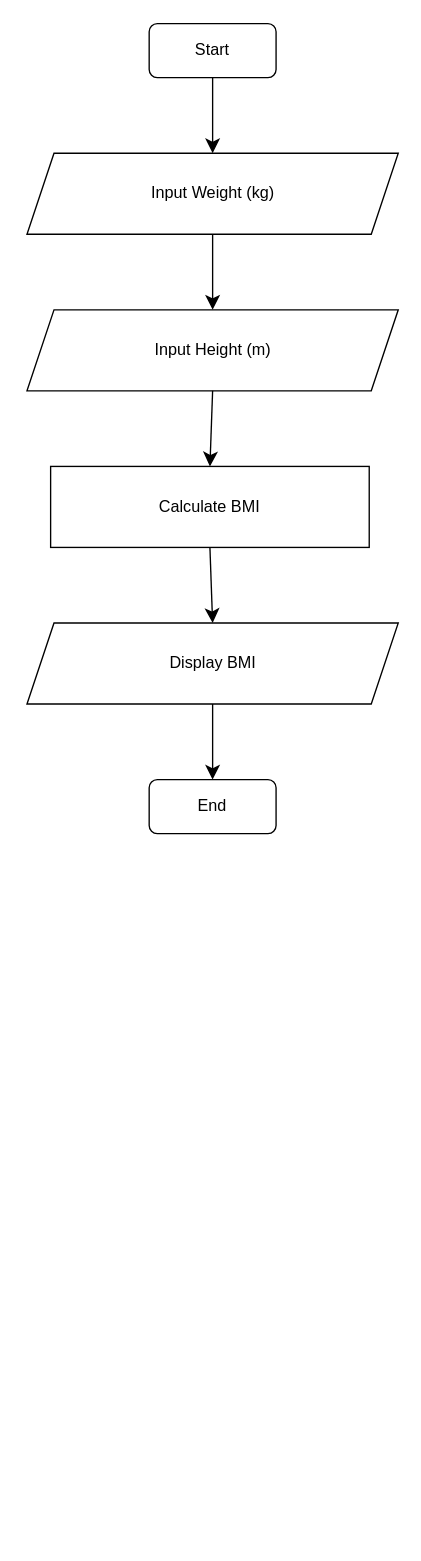
Above: Untitled Diagram.drawio in chamuddinupa/chamuddinupa (draw.io), before the change. Source tidied: cells renumbered, new cells numbered last; positions are measured from the earlier drawing's top-left corner, leaving out a move shared by most shapes. Both pictures are drawn from the tidied source at 135%, with x=0, y=0 at pixel (27, 23).
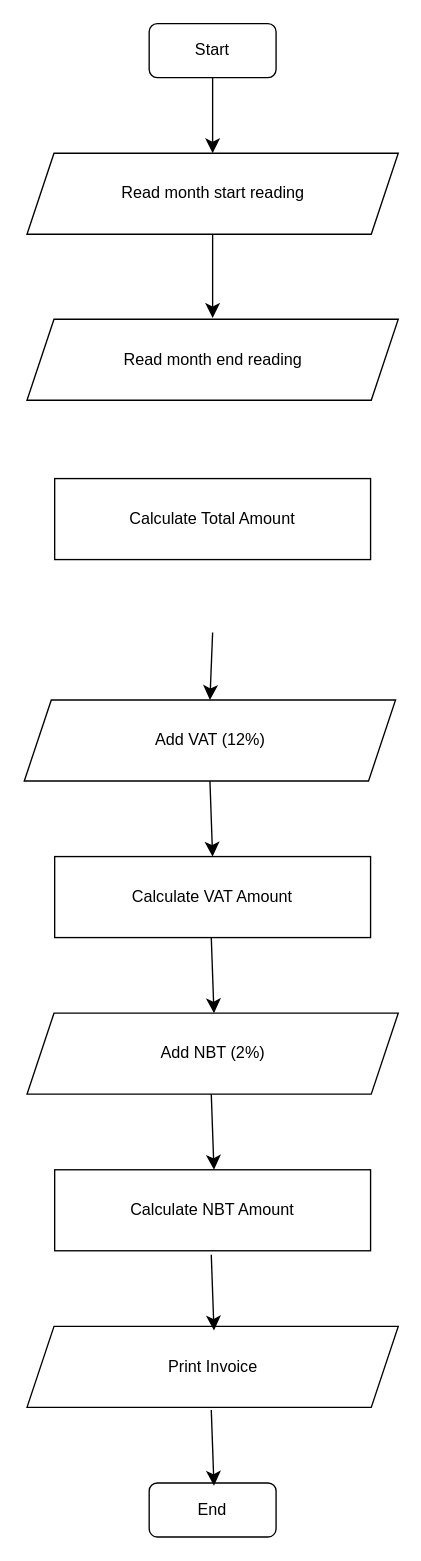
Above is the later version.

What changed in the source:
```diff
@@
-    <mxCell id="3" value="Input Weight (kg)" style="shape=parallelogram;perimeter=parallelogramPerimeter;whiteSpace=wrap;html=1;fixedSize=1;" parent="1" vertex="1">
+    <mxCell id="3" value="Read month start reading" style="shape=parallelogram;perimeter=parallelogramPerimeter;whiteSpace=wrap;html=1;fixedSize=1;" parent="1" vertex="1">
       <mxGeometry x="-0.5" y="96" width="275" height="60" as="geometry" />
     </mxCell>
-    <mxCell id="4" value="Input Height (m)" style="shape=parallelogram;perimeter=parallelogramPerimeter;whiteSpace=wrap;html=1;fixedSize=1;" parent="1" vertex="1">
-      <mxGeometry x="-0.5" y="212" width="275" height="60" as="geometry" />
-    </mxCell>
-    <mxCell id="5" value="Calculate BMI" style="rounded=0;whiteSpace=wrap;html=1;" parent="1" vertex="1">
-      <mxGeometry x="17" y="328" width="236" height="60" as="geometry" />
-    </mxCell>
-    <mxCell id="6" value="Display BMI" style="shape=parallelogram;perimeter=parallelogramPerimeter;whiteSpace=wrap;html=1;fixedSize=1;" parent="1" vertex="1">
-      <mxGeometry x="-0.5" y="444" width="275" height="60" as="geometry" />
-    </mxCell>
     <mxCell id="7" value="End" style="rounded=1;whiteSpace=wrap;html=1;" parent="1" vertex="1">
-      <mxGeometry x="90" y="560" width="94" height="40" as="geometry" />
+      <mxGeometry x="90" y="1081" width="94" height="40" as="geometry" />
     </mxCell>
@@
-    <mxCell id="9" style="endArrow=classic;html=1;rounded=0;fontSize=12;startSize=8;endSize=8;curved=1;exitX=0.5;exitY=1;exitDx=0;exitDy=0;entryX=0.5;entryY=0;entryDx=0;entryDy=0;" parent="1" edge="1" source="3" target="4">
-      <mxGeometry relative="1" as="geometry" />
+    <mxCell id="9" style="endArrow=classic;html=1;rounded=0;fontSize=12;startSize=8;endSize=8;curved=1;exitX=0.5;exitY=1;exitDx=0;exitDy=0;entryX=0.5;entryY=0;entryDx=0;entryDy=0;" parent="1" edge="1" source="3">
+      <mxGeometry relative="1" as="geometry">
+        <mxPoint x="137" y="218" as="targetPoint" />
+      </mxGeometry>
     </mxCell>
-    <mxCell id="10" style="endArrow=classic;html=1;rounded=0;fontSize=12;startSize=8;endSize=8;curved=1;exitX=0.5;exitY=1;exitDx=0;exitDy=0;entryX=0.5;entryY=0;entryDx=0;entryDy=0;" parent="1" edge="1" source="4" target="5">
-      <mxGeometry relative="1" as="geometry" />
+    <mxCell id="10" style="endArrow=classic;html=1;rounded=0;fontSize=12;startSize=8;endSize=8;curved=1;exitX=0.5;exitY=1;exitDx=0;exitDy=0;entryX=0.5;entryY=0;entryDx=0;entryDy=0;" parent="1" edge="1">
+      <mxGeometry relative="1" as="geometry">
+        <mxPoint x="137" y="451" as="sourcePoint" />
+        <mxPoint x="135" y="501" as="targetPoint" />
+      </mxGeometry>
     </mxCell>
-    <mxCell id="11" style="endArrow=classic;html=1;rounded=0;fontSize=12;startSize=8;endSize=8;curved=1;exitX=0.5;exitY=1;exitDx=0;exitDy=0;entryX=0.5;entryY=0;entryDx=0;entryDy=0;" parent="1" edge="1" source="5" target="6">
-      <mxGeometry relative="1" as="geometry" />
+    <mxCell id="11" style="endArrow=classic;html=1;rounded=0;fontSize=12;startSize=8;endSize=8;curved=1;exitX=0.5;exitY=1;exitDx=0;exitDy=0;entryX=0.5;entryY=0;entryDx=0;entryDy=0;" parent="1" edge="1">
+      <mxGeometry relative="1" as="geometry">
+        <mxPoint x="135" y="561" as="sourcePoint" />
+        <mxPoint x="137" y="617" as="targetPoint" />
+      </mxGeometry>
     </mxCell>
-    <mxCell id="12" style="endArrow=classic;html=1;rounded=0;fontSize=12;startSize=8;endSize=8;curved=1;exitX=0.5;exitY=1;exitDx=0;exitDy=0;entryX=0.5;entryY=0;entryDx=0;entryDy=0;" parent="1" edge="1" source="6" target="7">
-      <mxGeometry relative="1" as="geometry" />
-    </mxCell>
+    <mxCell id="13" value="Calculate Total Amount" style="rounded=0;whiteSpace=wrap;html=1;" parent="1" vertex="1">
+      <mxGeometry x="20" y="337" width="234" height="60" as="geometry" />
+    </mxCell>
+    <mxCell id="14" value="Add VAT (12%)" style="shape=parallelogram;perimeter=parallelogramPerimeter;whiteSpace=wrap;html=1;fixedSize=1;" parent="1" vertex="1">
+      <mxGeometry x="-2.5" y="501" width="275" height="60" as="geometry" />
+    </mxCell>
+    <mxCell id="15" value="Calculate VAT Amount" style="rounded=0;whiteSpace=wrap;html=1;" parent="1" vertex="1">
+      <mxGeometry x="20" y="617" width="234" height="60" as="geometry" />
+    </mxCell>
+    <mxCell id="16" value="Add NBT (2%)" style="shape=parallelogram;perimeter=parallelogramPerimeter;whiteSpace=wrap;html=1;fixedSize=1;" parent="1" vertex="1">
+      <mxGeometry x="-0.5" y="733" width="275" height="60" as="geometry" />
+    </mxCell>
+    <mxCell id="17" value="Calculate NBT Amount" style="rounded=0;whiteSpace=wrap;html=1;" parent="1" vertex="1">
+      <mxGeometry x="20" y="849" width="234" height="60" as="geometry" />
+    </mxCell>
+    <mxCell id="18" value="Print Invoice" style="shape=parallelogram;perimeter=parallelogramPerimeter;whiteSpace=wrap;html=1;fixedSize=1;" parent="1" vertex="1">
+      <mxGeometry x="-0.5" y="965" width="275" height="60" as="geometry" />
+    </mxCell>
+    <mxCell id="19" style="endArrow=classic;html=1;rounded=0;fontSize=12;startSize=8;endSize=8;curved=1;exitX=0.5;exitY=1;exitDx=0;exitDy=0;entryX=0.5;entryY=0;entryDx=0;entryDy=0;" parent="1" edge="1">
+      <mxGeometry relative="1" as="geometry">
+        <mxPoint x="136" y="677" as="sourcePoint" />
+        <mxPoint x="138" y="733" as="targetPoint" />
+      </mxGeometry>
+    </mxCell>
+    <mxCell id="20" style="endArrow=classic;html=1;rounded=0;fontSize=12;startSize=8;endSize=8;curved=1;exitX=0.5;exitY=1;exitDx=0;exitDy=0;entryX=0.5;entryY=0;entryDx=0;entryDy=0;" parent="1" edge="1">
+      <mxGeometry relative="1" as="geometry">
+        <mxPoint x="136" y="793" as="sourcePoint" />
+        <mxPoint x="138" y="849" as="targetPoint" />
+      </mxGeometry>
+    </mxCell>
+    <mxCell id="21" style="endArrow=classic;html=1;rounded=0;fontSize=12;startSize=8;endSize=8;curved=1;exitX=0.5;exitY=1;exitDx=0;exitDy=0;entryX=0.5;entryY=0;entryDx=0;entryDy=0;" parent="1" edge="1">
+      <mxGeometry relative="1" as="geometry">
+        <mxPoint x="136" y="912" as="sourcePoint" />
+        <mxPoint x="138" y="968" as="targetPoint" />
+      </mxGeometry>
+    </mxCell>
+    <mxCell id="22" style="endArrow=classic;html=1;rounded=0;fontSize=12;startSize=8;endSize=8;curved=1;exitX=0.5;exitY=1;exitDx=0;exitDy=0;entryX=0.5;entryY=0;entryDx=0;entryDy=0;" parent="1" edge="1">
+      <mxGeometry relative="1" as="geometry">
+        <mxPoint x="136" y="1027" as="sourcePoint" />
+        <mxPoint x="138" y="1083" as="targetPoint" />
+      </mxGeometry>
+    </mxCell>
+    <mxCell id="23" value="Read month end reading" style="shape=parallelogram;perimeter=parallelogramPerimeter;whiteSpace=wrap;html=1;fixedSize=1;" parent="1" vertex="1">
+      <mxGeometry x="-0.5" y="219" width="275" height="60" as="geometry" />
+    </mxCell>
```
